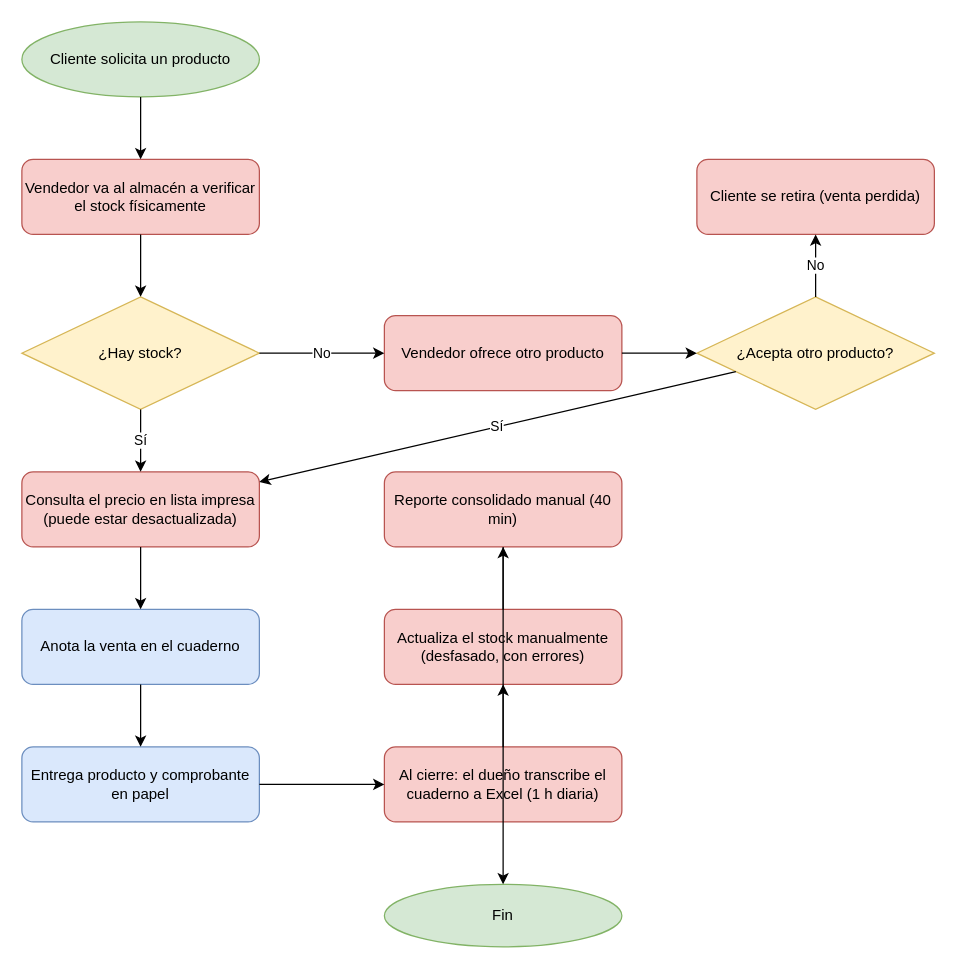
The draw.io diagram 02_Diseno_Tecnico/03_Flujo_AS-IS.drawio in u00041062-cyber/ferreteria-inventario-ventas, before the edit. Source tidied: cells renumbered, new cells numbered last; positions are measured from the earlier drawing's top-left corner, leaving out a move shared by most shapes. Both pictures are drawn from the tidied source at 125%, with x=0, y=0 at pixel (21, 21).
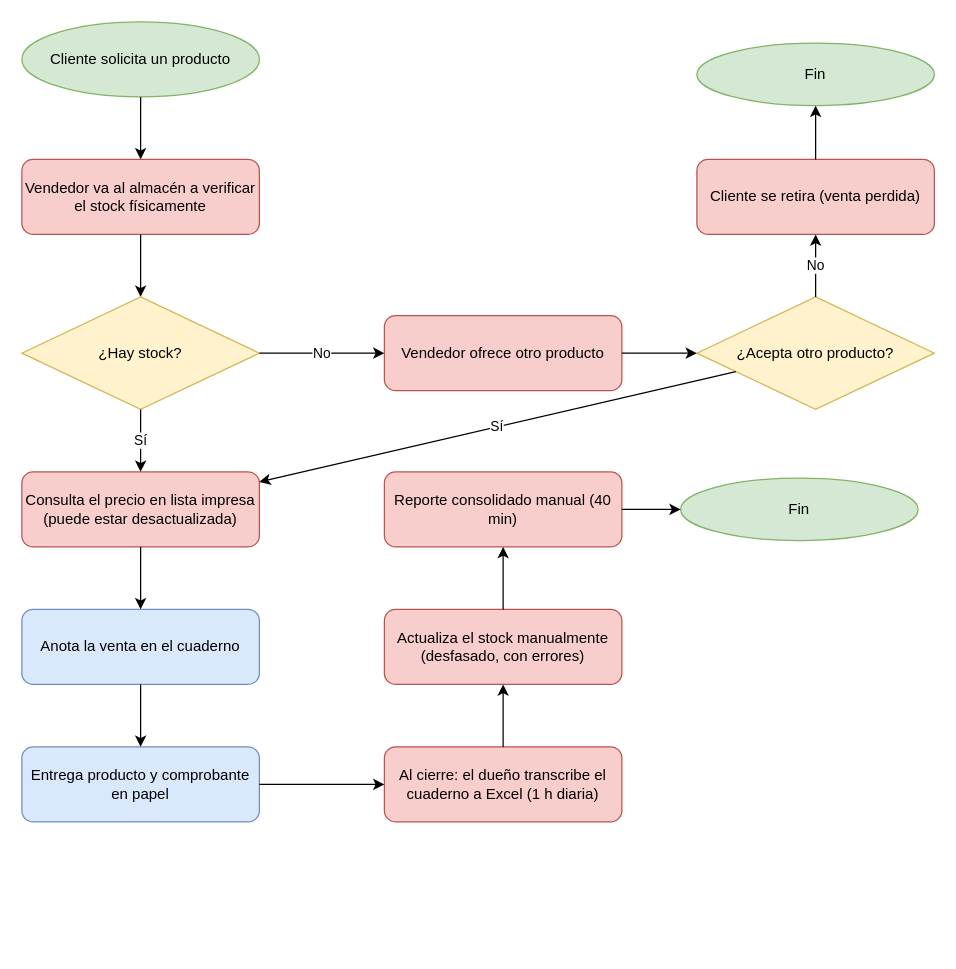
The same diagram, later.

Unchanged cells that the change refers to:
```xml
<mxCell id="11" value="Reporte consolidado manual (40 min)" style="rounded=1;whiteSpace=wrap;html=1;fillColor=#f8cecc;strokeColor=#b85450;" parent="1" vertex="1">
  <mxGeometry x="290" y="360" width="190" height="60" as="geometry" />
</mxCell>
<mxCell id="24" value="Cliente se retira (venta perdida)" style="rounded=1;whiteSpace=wrap;html=1;fillColor=#f8cecc;strokeColor=#b85450;" parent="1" vertex="1">
  <mxGeometry x="540" y="110" width="190" height="60" as="geometry" />
</mxCell>
```

Change to the diagram source:
```diff
@@
     <mxCell id="12" value="Fin" style="ellipse;whiteSpace=wrap;html=1;fillColor=#d5e8d4;strokeColor=#82b366;" parent="1" vertex="1">
-      <mxGeometry x="290" y="690" width="190" height="50" as="geometry" />
+      <mxGeometry x="527" y="365" width="190" height="50" as="geometry" />
     </mxCell>
@@
-    <mxCell id="22" style="endArrow=classic;html=1;" parent="1" edge="1" source="11" target="12">
+    <mxCell id="22" style="endArrow=classic;html=1;exitX=1;exitY=0.5;exitDx=0;exitDy=0;entryX=0;entryY=0.5;entryDx=0;entryDy=0;" parent="1" edge="1" source="11" target="12">
       <mxGeometry relative="1" as="geometry" />
     </mxCell>
@@
+    <mxCell id="28" value="Fin" style="ellipse;whiteSpace=wrap;html=1;fillColor=#d5e8d4;strokeColor=#82b366;" parent="1" vertex="1">
+      <mxGeometry x="540" y="17" width="190" height="50" as="geometry" />
+    </mxCell>
+    <mxCell id="29" style="endArrow=classic;html=1;entryX=0.5;entryY=1;entryDx=0;entryDy=0;exitX=0.5;exitY=0;exitDx=0;exitDy=0;" parent="1" edge="1" source="24" target="28">
+      <mxGeometry relative="1" as="geometry" />
+    </mxCell>
```
